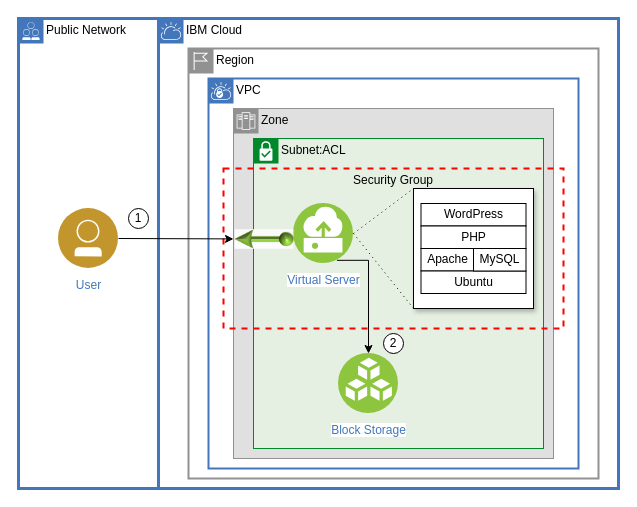
The draw.io diagram diagrams/lamp-stack-on-vpc.drawio in ibm-cloud-docs/solution-tutorials, before the edit. Source tidied: cells renumbered, new cells numbered last; positions are measured from the earlier drawing's top-left corner, leaving out a move shared by most shapes. Both pictures are drawn from the tidied source at 100%, with x=0, y=0 at pixel (18, 18).
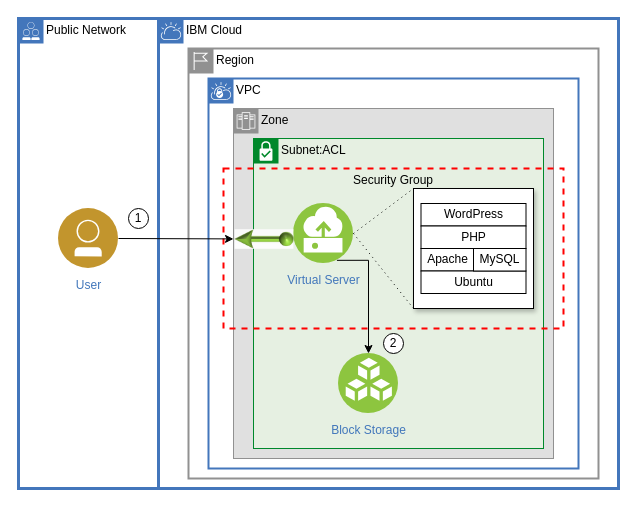
The same page after the edit.

Unchanged cells that the change refers to:
```xml
<mxCell id="7" value="Subnet:ACL" style="shape=mxgraph.ibm.box;prType=subnet;fontStyle=0;verticalAlign=top;align=left;spacingLeft=32;spacingTop=4;fillColor=#E6F0E2;rounded=0;whiteSpace=wrap;html=1;strokeColor=#00882B;strokeWidth=1;dashed=0;spacing=-4;" parent="6" vertex="1">
  <mxGeometry x="20" y="30" width="290" height="310" as="geometry" />
</mxCell>
<mxCell id="8" value="Security Group" style="fontStyle=0;verticalAlign=top;align=center;spacingTop=-2;fillColor=none;rounded=0;whiteSpace=wrap;html=1;strokeColor=#FF0000;strokeWidth=2;dashed=1;" parent="7" vertex="1">
  <mxGeometry x="-30" y="30" width="340" height="160" as="geometry" />
</mxCell>
```

The edit, as a diff of the source:
```diff
@@
-    <mxCell id="9" value="Virtual Server" style="perimeter=ellipsePerimeter;html=1;align=center;shadow=0;dashed=0;fontColor=#4277BB;labelBackgroundColor=#ffffff;fontSize=12;spacingTop=3;image;image=img/lib/ibm/vpc/Instance.svg;" parent="8" vertex="1">
+    <mxCell id="9" value="Virtual Server" style="perimeter=ellipsePerimeter;html=1;align=center;shadow=0;dashed=0;fontColor=#4277BB;fontSize=12;spacingTop=3;image;image=img/lib/ibm/vpc/Instance.svg;labelBackgroundColor=none;" parent="8" vertex="1">
       <mxGeometry x="70" y="35" width="60" height="60" as="geometry" />
     </mxCell>
@@
-    <mxCell id="21" value="Block Storage" style="perimeter=ellipsePerimeter;html=1;align=center;shadow=0;dashed=0;fontColor=#4277BB;labelBackgroundColor=#ffffff;fontSize=12;spacingTop=3;image;image=img/lib/ibm/vpc/BlockStorage.svg;" parent="7" vertex="1">
+    <mxCell id="21" value="Block Storage" style="perimeter=ellipsePerimeter;html=1;align=center;shadow=0;dashed=0;fontColor=#4277BB;fontSize=12;spacingTop=3;image;image=img/lib/ibm/vpc/BlockStorage.svg;labelBackgroundColor=none;" parent="7" vertex="1">
       <mxGeometry x="85" y="215" width="60" height="60" as="geometry" />
     </mxCell>
```
